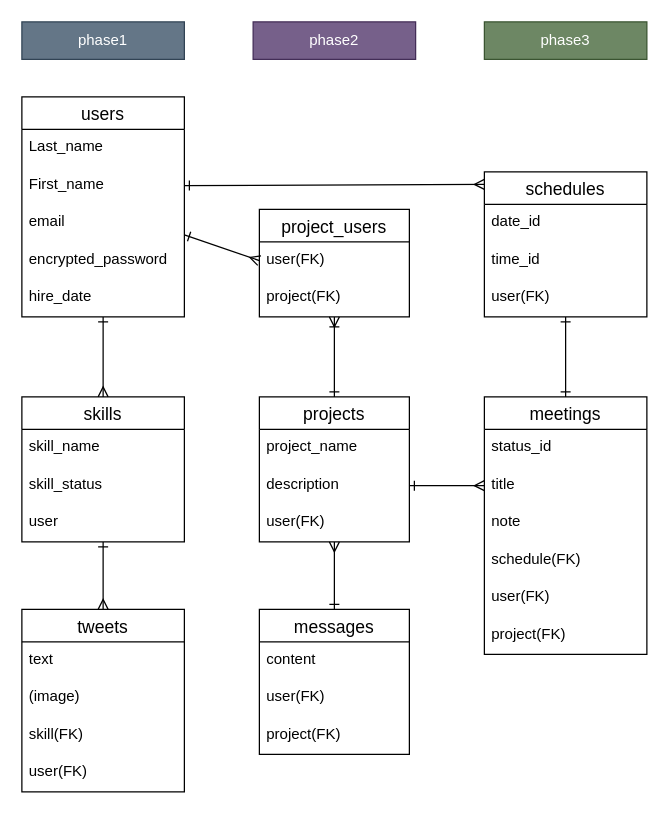
Natsuki002Koma/skill-hub keeps this draw.io diagram as tables.dio. Above is the earlier version. Source tidied: cells renumbered, new cells numbered last; positions are measured from the earlier drawing's top-left corner, leaving out a move shared by most shapes. Both pictures are drawn from the tidied source at 125%, with x=0, y=0 at pixel (21, 21).
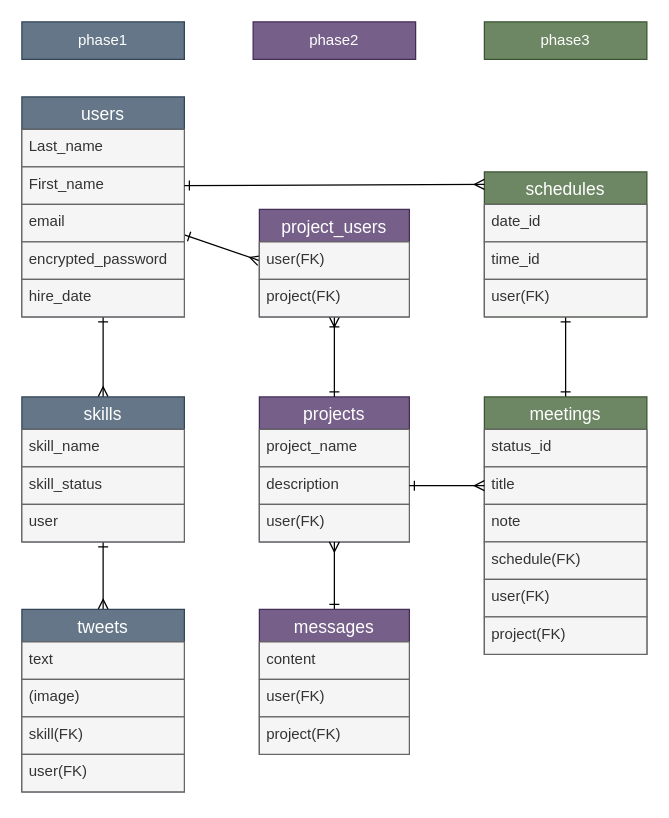
The same page after the edit.

Change to the diagram source:
```diff
@@
-<mxGraphModel>
+<mxGraphModel background="#ffffff">
@@
-    <mxCell id="2" style="edgeStyle=none;html=1;entryX=0.5;entryY=0;entryDx=0;entryDy=0;startArrow=ERone;startFill=0;endArrow=ERmany;endFill=0;rounded=0;" parent="1" edge="1" source="4" target="11">
+    <mxCell id="2" style="edgeStyle=none;html=1;entryX=0.5;entryY=0;entryDx=0;entryDy=0;startArrow=ERone;startFill=0;endArrow=ERmany;endFill=0;rounded=0;strokeWidth=1;" parent="1" edge="1" source="4" target="11">
       <mxGeometry relative="1" as="geometry" />
     </mxCell>
@@
-    <mxCell id="4" value="users" style="swimlane;fontStyle=0;horizontal=1;startSize=26;align=center;fontSize=14;rounded=0;" parent="1" vertex="1">
+    <mxCell id="4" value="users" style="swimlane;fontStyle=0;horizontal=1;startSize=26;align=center;fontSize=14;rounded=0;fillColor=#647687;fontColor=#ffffff;strokeColor=#314354;" parent="1" vertex="1">
       <mxGeometry y="60" width="130" height="176" as="geometry" />
     </mxCell>
-    <mxCell id="5" value="Last_name" style="text;strokeColor=none;fillColor=none;spacingLeft=4;spacingRight=4;overflow=hidden;fontSize=12;rounded=0;" parent="4" vertex="1">
+    <mxCell id="5" value="Last_name" style="text;strokeColor=#666666;fillColor=#f5f5f5;spacingLeft=4;spacingRight=4;overflow=hidden;fontSize=12;rounded=0;fontColor=#333333;" parent="4" vertex="1">
       <mxGeometry y="26" width="130" height="30" as="geometry" />
     </mxCell>
-    <mxCell id="6" value="First_name" style="text;strokeColor=none;fillColor=none;spacingLeft=4;spacingRight=4;overflow=hidden;points=[[0,0.5],[1,0.5]];portConstraint=eastwest;fontSize=12;rounded=0;" parent="4" vertex="1">
+    <mxCell id="6" value="First_name" style="text;strokeColor=#666666;fillColor=#f5f5f5;spacingLeft=4;spacingRight=4;overflow=hidden;points=[[0,0.5],[1,0.5]];portConstraint=eastwest;fontSize=12;rounded=0;fontColor=#333333;" parent="4" vertex="1">
       <mxGeometry y="56" width="130" height="30" as="geometry" />
     </mxCell>
-    <mxCell id="7" value="email" style="text;strokeColor=none;fillColor=none;spacingLeft=4;spacingRight=4;overflow=hidden;fontSize=12;rounded=0;" parent="4" vertex="1">
+    <mxCell id="7" value="email" style="text;strokeColor=#666666;fillColor=#f5f5f5;spacingLeft=4;spacingRight=4;overflow=hidden;fontSize=12;rounded=0;fontColor=#333333;" parent="4" vertex="1">
       <mxGeometry y="86" width="130" height="30" as="geometry" />
     </mxCell>
-    <mxCell id="8" value="encrypted_password" style="text;strokeColor=none;fillColor=none;spacingLeft=4;spacingRight=4;overflow=hidden;fontSize=12;rounded=0;" parent="4" vertex="1">
+    <mxCell id="8" value="encrypted_password" style="text;strokeColor=#666666;fillColor=#f5f5f5;spacingLeft=4;spacingRight=4;overflow=hidden;fontSize=12;rounded=0;fontColor=#333333;" parent="4" vertex="1">
       <mxGeometry y="116" width="130" height="30" as="geometry" />
     </mxCell>
-    <mxCell id="9" value="hire_date" style="text;strokeColor=none;fillColor=none;spacingLeft=4;spacingRight=4;overflow=hidden;fontSize=12;rounded=0;" parent="4" vertex="1">
+    <mxCell id="9" value="hire_date" style="text;strokeColor=#666666;fillColor=#f5f5f5;spacingLeft=4;spacingRight=4;overflow=hidden;fontSize=12;rounded=0;fontColor=#333333;" parent="4" vertex="1">
       <mxGeometry y="146" width="130" height="30" as="geometry" />
     </mxCell>
@@
-    <mxCell id="11" value="skills" style="swimlane;fontStyle=0;horizontal=1;startSize=26;align=center;fontSize=14;rounded=0;" parent="1" vertex="1">
+    <mxCell id="11" value="skills" style="swimlane;fontStyle=0;horizontal=1;startSize=26;align=center;fontSize=14;rounded=0;fillColor=#647687;fontColor=#ffffff;strokeColor=#314354;" parent="1" vertex="1">
       <mxGeometry y="300" width="130" height="116" as="geometry" />
     </mxCell>
-    <mxCell id="12" value="skill_name" style="text;strokeColor=none;fillColor=none;spacingLeft=4;spacingRight=4;overflow=hidden;fontSize=12;rounded=0;" parent="11" vertex="1">
+    <mxCell id="12" value="skill_name" style="text;strokeColor=#666666;fillColor=#f5f5f5;spacingLeft=4;spacingRight=4;overflow=hidden;fontSize=12;rounded=0;fontColor=#333333;" parent="11" vertex="1">
       <mxGeometry y="26" width="130" height="30" as="geometry" />
     </mxCell>
-    <mxCell id="13" value="skill_status" style="text;strokeColor=none;fillColor=none;spacingLeft=4;spacingRight=4;overflow=hidden;fontSize=12;rounded=0;" parent="11" vertex="1">
+    <mxCell id="13" value="skill_status" style="text;strokeColor=#666666;fillColor=#f5f5f5;spacingLeft=4;spacingRight=4;overflow=hidden;fontSize=12;rounded=0;fontColor=#333333;" parent="11" vertex="1">
       <mxGeometry y="56" width="130" height="30" as="geometry" />
     </mxCell>
-    <mxCell id="14" value="user" style="text;strokeColor=none;fillColor=none;spacingLeft=4;spacingRight=4;overflow=hidden;fontSize=12;rounded=0;" parent="11" vertex="1">
+    <mxCell id="14" value="user" style="text;strokeColor=#666666;fillColor=#f5f5f5;spacingLeft=4;spacingRight=4;overflow=hidden;fontSize=12;rounded=0;fontColor=#333333;" parent="11" vertex="1">
       <mxGeometry y="86" width="130" height="30" as="geometry" />
     </mxCell>
-    <mxCell id="15" value="tweets" style="swimlane;fontStyle=0;horizontal=1;startSize=26;align=center;fontSize=14;rounded=0;" parent="1" vertex="1">
+    <mxCell id="15" value="tweets" style="swimlane;fontStyle=0;horizontal=1;startSize=26;align=center;fontSize=14;rounded=0;fillColor=#647687;fontColor=#ffffff;strokeColor=#314354;" parent="1" vertex="1">
       <mxGeometry y="470" width="130" height="146" as="geometry" />
     </mxCell>
-    <mxCell id="16" value="text" style="text;strokeColor=none;fillColor=none;spacingLeft=4;spacingRight=4;overflow=hidden;fontSize=12;rounded=0;" parent="15" vertex="1">
+    <mxCell id="16" value="text" style="text;strokeColor=#666666;fillColor=#f5f5f5;spacingLeft=4;spacingRight=4;overflow=hidden;fontSize=12;rounded=0;fontColor=#333333;" parent="15" vertex="1">
       <mxGeometry y="26" width="130" height="30" as="geometry" />
     </mxCell>
-    <mxCell id="17" value="(image)" style="text;strokeColor=none;fillColor=none;spacingLeft=4;spacingRight=4;overflow=hidden;fontSize=12;rounded=0;" parent="15" vertex="1">
+    <mxCell id="17" value="(image)" style="text;strokeColor=#666666;fillColor=#f5f5f5;spacingLeft=4;spacingRight=4;overflow=hidden;fontSize=12;rounded=0;fontColor=#333333;" parent="15" vertex="1">
       <mxGeometry y="56" width="130" height="30" as="geometry" />
     </mxCell>
-    <mxCell id="18" value="skill(FK)" style="text;strokeColor=none;fillColor=none;spacingLeft=4;spacingRight=4;overflow=hidden;fontSize=12;rounded=0;" parent="15" vertex="1">
+    <mxCell id="18" value="skill(FK)" style="text;strokeColor=#666666;fillColor=#f5f5f5;spacingLeft=4;spacingRight=4;overflow=hidden;fontSize=12;rounded=0;fontColor=#333333;" parent="15" vertex="1">
       <mxGeometry y="86" width="130" height="30" as="geometry" />
     </mxCell>
-    <mxCell id="19" value="user(FK)" style="text;strokeColor=none;fillColor=none;spacingLeft=4;spacingRight=4;overflow=hidden;fontSize=12;rounded=0;" parent="15" vertex="1">
+    <mxCell id="19" value="user(FK)" style="text;strokeColor=#666666;fillColor=#f5f5f5;spacingLeft=4;spacingRight=4;overflow=hidden;fontSize=12;rounded=0;fontColor=#333333;" parent="15" vertex="1">
       <mxGeometry y="116" width="130" height="30" as="geometry" />
     </mxCell>
-    <mxCell id="20" value="projects" style="swimlane;fontStyle=0;horizontal=1;startSize=26;align=center;fontSize=14;rounded=0;" parent="1" vertex="1">
+    <mxCell id="20" value="projects" style="swimlane;fontStyle=0;horizontal=1;startSize=26;align=center;fontSize=14;rounded=0;fillColor=#76608a;fontColor=#ffffff;strokeColor=#432D57;" parent="1" vertex="1">
       <mxGeometry x="190" y="300" width="120" height="116" as="geometry" />
     </mxCell>
-    <mxCell id="21" value="project_name" style="text;strokeColor=none;fillColor=none;spacingLeft=4;spacingRight=4;overflow=hidden;fontSize=12;rounded=0;" parent="20" vertex="1">
+    <mxCell id="21" value="project_name" style="text;strokeColor=#666666;fillColor=#f5f5f5;spacingLeft=4;spacingRight=4;overflow=hidden;fontSize=12;rounded=0;fontColor=#333333;" parent="20" vertex="1">
       <mxGeometry y="26" width="120" height="30" as="geometry" />
     </mxCell>
-    <mxCell id="22" value="description" style="text;strokeColor=none;fillColor=none;spacingLeft=4;spacingRight=4;overflow=hidden;points=[[0,0.5],[1,0.5]];portConstraint=eastwest;fontSize=12;rounded=0;" parent="20" vertex="1">
+    <mxCell id="22" value="description" style="text;strokeColor=#666666;fillColor=#f5f5f5;spacingLeft=4;spacingRight=4;overflow=hidden;points=[[0,0.5],[1,0.5]];portConstraint=eastwest;fontSize=12;rounded=0;fontColor=#333333;" parent="20" vertex="1">
       <mxGeometry y="56" width="120" height="30" as="geometry" />
     </mxCell>
-    <mxCell id="23" value="user(FK)" style="text;strokeColor=none;fillColor=none;spacingLeft=4;spacingRight=4;overflow=hidden;points=[[0,0.5],[1,0.5]];portConstraint=eastwest;fontSize=12;rounded=0;" parent="20" vertex="1">
+    <mxCell id="23" value="user(FK)" style="text;strokeColor=#666666;fillColor=#f5f5f5;spacingLeft=4;spacingRight=4;overflow=hidden;points=[[0,0.5],[1,0.5]];portConstraint=eastwest;fontSize=12;rounded=0;fontColor=#333333;" parent="20" vertex="1">
       <mxGeometry y="86" width="120" height="30" as="geometry" />
     </mxCell>
@@
-    <mxCell id="25" value="project_users" style="swimlane;fontStyle=0;horizontal=1;startSize=26;align=center;fontSize=14;rounded=0;" parent="1" vertex="1">
+    <mxCell id="25" value="project_users" style="swimlane;fontStyle=0;horizontal=1;startSize=26;align=center;fontSize=14;rounded=0;fillColor=#76608a;fontColor=#ffffff;strokeColor=#432D57;" parent="1" vertex="1">
       <mxGeometry x="190" y="150" width="120" height="86" as="geometry" />
     </mxCell>
-    <mxCell id="26" value="user(FK)" style="text;strokeColor=none;fillColor=none;spacingLeft=4;spacingRight=4;overflow=hidden;points=[[0,0.5],[1,0.5]];portConstraint=eastwest;fontSize=12;rounded=0;" parent="25" vertex="1">
+    <mxCell id="26" value="user(FK)" style="text;strokeColor=#666666;fillColor=#f5f5f5;spacingLeft=4;spacingRight=4;overflow=hidden;points=[[0,0.5],[1,0.5]];portConstraint=eastwest;fontSize=12;rounded=0;fontColor=#333333;" parent="25" vertex="1">
       <mxGeometry y="26" width="120" height="30" as="geometry" />
     </mxCell>
-    <mxCell id="27" value="project(FK)" style="text;strokeColor=none;fillColor=none;spacingLeft=4;spacingRight=4;overflow=hidden;fontSize=12;rounded=0;" parent="25" vertex="1">
+    <mxCell id="27" value="project(FK)" style="text;strokeColor=#666666;fillColor=#f5f5f5;spacingLeft=4;spacingRight=4;overflow=hidden;fontSize=12;rounded=0;fontColor=#333333;" parent="25" vertex="1">
       <mxGeometry y="56" width="120" height="30" as="geometry" />
     </mxCell>
@@
-    <mxCell id="29" value="messages" style="swimlane;fontStyle=0;horizontal=1;startSize=26;align=center;fontSize=14;rounded=0;" parent="1" vertex="1">
+    <mxCell id="29" value="messages" style="swimlane;fontStyle=0;horizontal=1;startSize=26;align=center;fontSize=14;rounded=0;fillColor=#76608a;fontColor=#ffffff;strokeColor=#432D57;" parent="1" vertex="1">
       <mxGeometry x="190" y="470" width="120" height="116" as="geometry" />
     </mxCell>
-    <mxCell id="30" value="content" style="text;strokeColor=none;fillColor=none;spacingLeft=4;spacingRight=4;overflow=hidden;fontSize=12;rounded=0;" parent="29" vertex="1">
+    <mxCell id="30" value="content" style="text;strokeColor=#666666;fillColor=#f5f5f5;spacingLeft=4;spacingRight=4;overflow=hidden;fontSize=12;rounded=0;fontColor=#333333;" parent="29" vertex="1">
       <mxGeometry y="26" width="120" height="30" as="geometry" />
     </mxCell>
-    <mxCell id="31" value="user(FK)" style="text;strokeColor=none;fillColor=none;spacingLeft=4;spacingRight=4;overflow=hidden;fontSize=12;rounded=0;" parent="29" vertex="1">
+    <mxCell id="31" value="user(FK)" style="text;strokeColor=#666666;fillColor=#f5f5f5;spacingLeft=4;spacingRight=4;overflow=hidden;fontSize=12;rounded=0;fontColor=#333333;" parent="29" vertex="1">
       <mxGeometry y="56" width="120" height="30" as="geometry" />
     </mxCell>
-    <mxCell id="32" value="project(FK)" style="text;strokeColor=none;fillColor=none;spacingLeft=4;spacingRight=4;overflow=hidden;fontSize=12;rounded=0;" parent="29" vertex="1">
+    <mxCell id="32" value="project(FK)" style="text;strokeColor=#666666;fillColor=#f5f5f5;spacingLeft=4;spacingRight=4;overflow=hidden;fontSize=12;rounded=0;fontColor=#333333;" parent="29" vertex="1">
       <mxGeometry y="86" width="120" height="30" as="geometry" />
     </mxCell>
@@
-    <mxCell id="34" value="schedules" style="swimlane;fontStyle=0;horizontal=1;startSize=26;align=center;fontSize=14;rounded=0;" parent="1" vertex="1">
+    <mxCell id="34" value="schedules" style="swimlane;fontStyle=0;horizontal=1;startSize=26;align=center;fontSize=14;rounded=0;fillColor=#6d8764;fontColor=#ffffff;strokeColor=#3A5431;" parent="1" vertex="1">
       <mxGeometry x="370" y="120" width="130" height="116" as="geometry" />
     </mxCell>
-    <mxCell id="35" value="date_id" style="text;strokeColor=none;fillColor=none;spacingLeft=4;spacingRight=4;overflow=hidden;fontSize=12;rounded=0;" parent="34" vertex="1">
+    <mxCell id="35" value="date_id" style="text;strokeColor=#666666;fillColor=#f5f5f5;spacingLeft=4;spacingRight=4;overflow=hidden;fontSize=12;rounded=0;fontColor=#333333;" parent="34" vertex="1">
       <mxGeometry y="26" width="130" height="30" as="geometry" />
     </mxCell>
-    <mxCell id="36" value="time_id" style="text;strokeColor=none;fillColor=none;spacingLeft=4;spacingRight=4;overflow=hidden;fontSize=12;rounded=0;" parent="34" vertex="1">
+    <mxCell id="36" value="time_id" style="text;strokeColor=#666666;fillColor=#f5f5f5;spacingLeft=4;spacingRight=4;overflow=hidden;fontSize=12;rounded=0;fontColor=#333333;" parent="34" vertex="1">
       <mxGeometry y="56" width="130" height="30" as="geometry" />
     </mxCell>
-    <mxCell id="37" value="user(FK)" style="text;strokeColor=none;fillColor=none;spacingLeft=4;spacingRight=4;overflow=hidden;fontSize=12;rounded=0;" parent="34" vertex="1">
+    <mxCell id="37" value="user(FK)" style="text;strokeColor=#666666;fillColor=#f5f5f5;spacingLeft=4;spacingRight=4;overflow=hidden;fontSize=12;rounded=0;fontColor=#333333;" parent="34" vertex="1">
       <mxGeometry y="86" width="130" height="30" as="geometry" />
     </mxCell>
-    <mxCell id="38" value="meetings" style="swimlane;fontStyle=0;horizontal=1;startSize=26;align=center;fontSize=14;rounded=0;" parent="1" vertex="1">
+    <mxCell id="38" value="meetings" style="swimlane;fontStyle=0;horizontal=1;startSize=26;align=center;fontSize=14;rounded=0;fillColor=#6d8764;fontColor=#ffffff;strokeColor=#3A5431;" parent="1" vertex="1">
       <mxGeometry x="370" y="300" width="130" height="206" as="geometry" />
     </mxCell>
-    <mxCell id="39" value="status_id" style="text;strokeColor=none;fillColor=none;spacingLeft=4;spacingRight=4;overflow=hidden;fontSize=12;rounded=0;" parent="38" vertex="1">
+    <mxCell id="39" value="status_id" style="text;strokeColor=#666666;fillColor=#f5f5f5;spacingLeft=4;spacingRight=4;overflow=hidden;fontSize=12;rounded=0;fontColor=#333333;" parent="38" vertex="1">
       <mxGeometry y="26" width="130" height="30" as="geometry" />
     </mxCell>
-    <mxCell id="40" value="title" style="text;strokeColor=none;fillColor=none;spacingLeft=4;spacingRight=4;overflow=hidden;points=[[0,0.5],[1,0.5]];portConstraint=eastwest;fontSize=12;rounded=0;" parent="38" vertex="1">
+    <mxCell id="40" value="title" style="text;strokeColor=#666666;fillColor=#f5f5f5;spacingLeft=4;spacingRight=4;overflow=hidden;points=[[0,0.5],[1,0.5]];portConstraint=eastwest;fontSize=12;rounded=0;fontColor=#333333;" parent="38" vertex="1">
       <mxGeometry y="56" width="130" height="30" as="geometry" />
     </mxCell>
-    <mxCell id="41" value="note" style="text;strokeColor=none;fillColor=none;spacingLeft=4;spacingRight=4;overflow=hidden;fontSize=12;rounded=0;" parent="38" vertex="1">
+    <mxCell id="41" value="note" style="text;strokeColor=#666666;fillColor=#f5f5f5;spacingLeft=4;spacingRight=4;overflow=hidden;fontSize=12;rounded=0;fontColor=#333333;" parent="38" vertex="1">
       <mxGeometry y="86" width="130" height="30" as="geometry" />
     </mxCell>
-    <mxCell id="42" value="schedule(FK)" style="text;strokeColor=none;fillColor=none;spacingLeft=4;spacingRight=4;overflow=hidden;fontSize=12;rounded=0;" parent="38" vertex="1">
+    <mxCell id="42" value="schedule(FK)" style="text;strokeColor=#666666;fillColor=#f5f5f5;spacingLeft=4;spacingRight=4;overflow=hidden;fontSize=12;rounded=0;fontColor=#333333;" parent="38" vertex="1">
       <mxGeometry y="116" width="130" height="30" as="geometry" />
     </mxCell>
-    <mxCell id="43" value="user(FK)" style="text;strokeColor=none;fillColor=none;spacingLeft=4;spacingRight=4;overflow=hidden;fontSize=12;rounded=0;" parent="38" vertex="1">
+    <mxCell id="43" value="user(FK)" style="text;strokeColor=#666666;fillColor=#f5f5f5;spacingLeft=4;spacingRight=4;overflow=hidden;fontSize=12;rounded=0;fontColor=#333333;" parent="38" vertex="1">
       <mxGeometry y="146" width="130" height="30" as="geometry" />
     </mxCell>
-    <mxCell id="44" value="project(FK)" style="text;strokeColor=none;fillColor=none;spacingLeft=4;spacingRight=4;overflow=hidden;fontSize=12;rounded=0;" parent="38" vertex="1">
+    <mxCell id="44" value="project(FK)" style="text;strokeColor=#666666;fillColor=#f5f5f5;spacingLeft=4;spacingRight=4;overflow=hidden;fontSize=12;rounded=0;fontColor=#333333;" parent="38" vertex="1">
       <mxGeometry y="176" width="130" height="30" as="geometry" />
     </mxCell>
```
